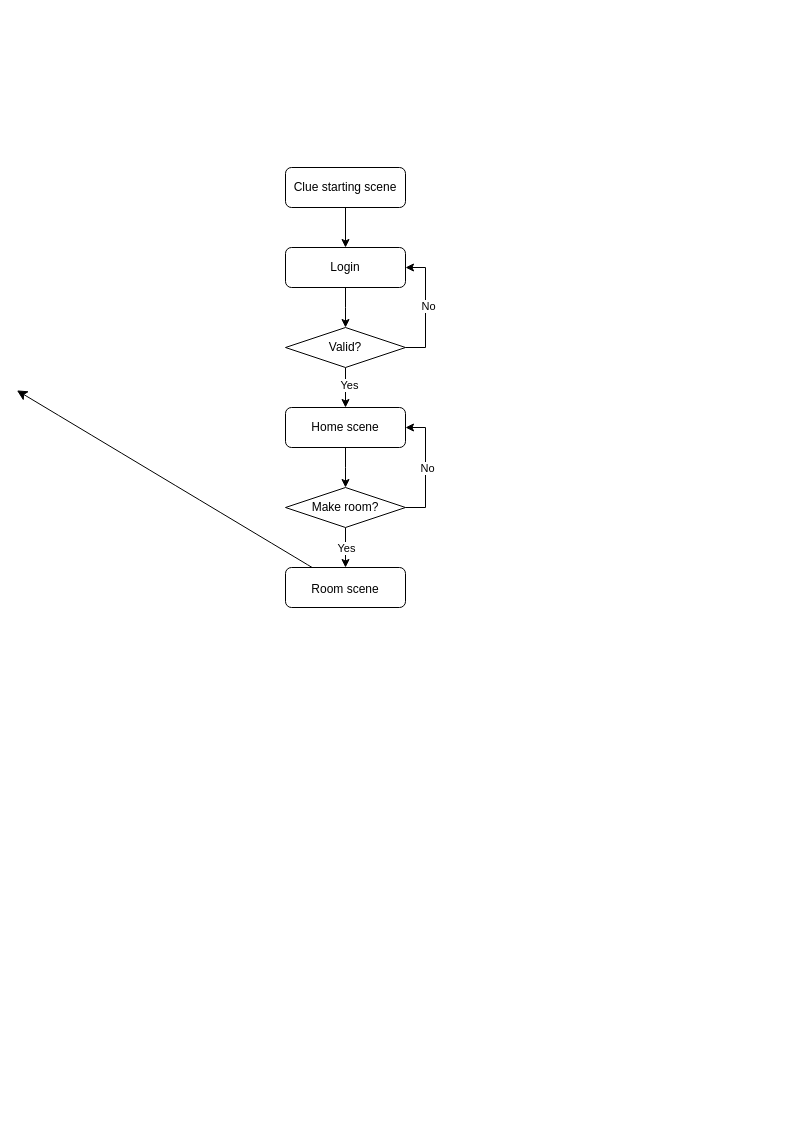
Before: Swift.drawio in kimsunho2000/projectClue, a draw.io diagram. Source tidied: cells renumbered, new cells numbered last; positions are measured from the earlier drawing's top-left corner, leaving out a move shared by most shapes. Both pictures are drawn from the tidied source at 100%, with x=0, y=0 at pixel (16, 167).
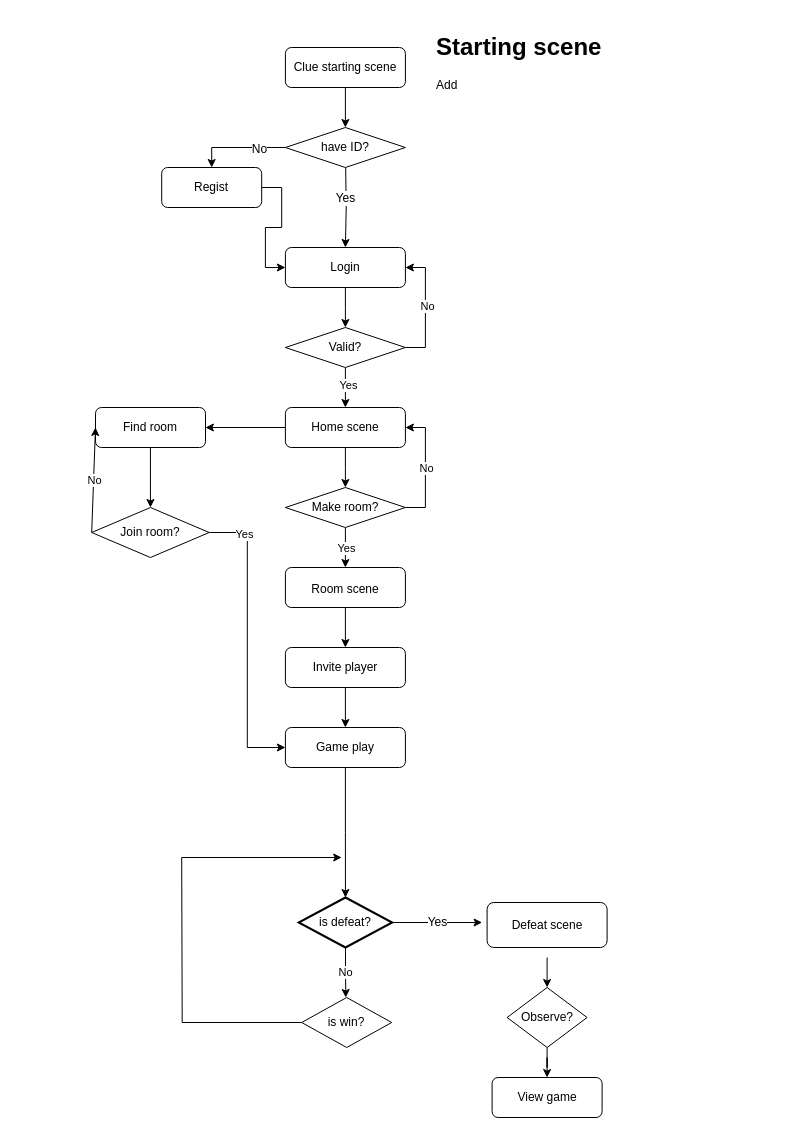
The same page after the edit.

Change to the diagram source:
```diff
@@
-    <mxCell id="2" style="edgeStyle=orthogonalEdgeStyle;rounded=0;jettySize=auto;html=1;exitX=0.5;exitY=1;exitDx=0;exitDy=0;entryX=0.5;entryY=0;entryDx=0;entryDy=0;" parent="1" edge="1" source="3" target="5">
-      <mxGeometry relative="1" as="geometry" />
-    </mxCell>
+    <mxCell id="21" style="edgeStyle=orthogonalEdgeStyle;rounded=0;jettySize=auto;html=1;" parent="1" edge="1" source="3" target="39">
+      <mxGeometry relative="1" as="geometry" />
+    </mxCell>
     <mxCell id="3" value="Clue starting scene" style="rounded=1;whiteSpace=wrap;html=1;fontSize=12;glass=0;strokeWidth=1;shadow=0;" parent="1" vertex="1">
-      <mxGeometry x="269" width="120" height="40" as="geometry" />
+      <mxGeometry x="268.9" y="-120" width="120" height="40" as="geometry" />
     </mxCell>
     <mxCell id="4" style="edgeStyle=orthogonalEdgeStyle;rounded=0;jettySize=auto;html=1;" parent="1" edge="1" source="5">
       <mxGeometry relative="1" as="geometry">
-        <mxPoint x="329" y="160" as="targetPoint" />
+        <mxPoint x="328.9" y="160" as="targetPoint" />
       </mxGeometry>
     </mxCell>
     <mxCell id="5" value="Login" style="rounded=1;whiteSpace=wrap;html=1;" parent="1" vertex="1">
-      <mxGeometry x="269" y="80" width="120" height="40" as="geometry" />
+      <mxGeometry x="268.9" y="80" width="120" height="40" as="geometry" />
     </mxCell>
@@
     <mxCell id="7" style="edgeStyle=orthogonalEdgeStyle;rounded=0;jettySize=auto;html=1;exitX=0.5;exitY=1;exitDx=0;exitDy=0;" parent="1" edge="1" source="8">
       <mxGeometry relative="1" as="geometry">
-        <mxPoint x="329" y="320" as="targetPoint" />
+        <mxPoint x="328.9" y="320" as="targetPoint" />
       </mxGeometry>
     </mxCell>
+    <mxCell id="22" style="edgeStyle=orthogonalEdgeStyle;rounded=0;jettySize=auto;html=1;" parent="1" edge="1" source="8">
+      <mxGeometry relative="1" as="geometry">
+        <mxPoint x="188.9" y="260" as="targetPoint" />
+      </mxGeometry>
+    </mxCell>
     <mxCell id="8" value="Home scene" style="whiteSpace=wrap;html=1;rounded=1;" parent="1" vertex="1">
-      <mxGeometry x="269" y="240" width="120" height="40" as="geometry" />
+      <mxGeometry x="268.9" y="240" width="120" height="40" as="geometry" />
     </mxCell>
     <mxCell id="9" style="edgeStyle=orthogonalEdgeStyle;rounded=0;jettySize=auto;html=1;exitX=0.5;exitY=1;exitDx=0;exitDy=0;entryX=0.5;entryY=0;entryDx=0;entryDy=0;" parent="1" edge="1" source="13" target="8">
       <mxGeometry relative="1" as="geometry">
         <Array as="points">
-          <mxPoint x="329" y="220" />
-          <mxPoint x="329" y="220" />
+          <mxPoint x="328.9" y="220" />
+          <mxPoint x="328.9" y="220" />
         </Array>
       </mxGeometry>
     </mxCell>
@@
     <mxCell id="13" value="Valid?" style="rhombus;whiteSpace=wrap;html=1;" parent="1" vertex="1">
-      <mxGeometry x="269" y="160" width="120" height="40" as="geometry" />
+      <mxGeometry x="268.9" y="160" width="120" height="40" as="geometry" />
     </mxCell>
@@
     <mxCell id="16" style="edgeStyle=orthogonalEdgeStyle;rounded=0;jettySize=auto;html=1;exitX=0.5;exitY=1;exitDx=0;exitDy=0;" parent="1" edge="1" source="18">
       <mxGeometry relative="1" as="geometry">
-        <mxPoint x="329" y="400" as="targetPoint" />
+        <mxPoint x="328.9" y="400" as="targetPoint" />
       </mxGeometry>
     </mxCell>
@@
     <mxCell id="18" value="Make room?" style="rhombus;whiteSpace=wrap;html=1;" parent="1" vertex="1">
-      <mxGeometry x="269" y="320" width="120" height="40" as="geometry" />
+      <mxGeometry x="268.9" y="320" width="120" height="40" as="geometry" />
     </mxCell>
-    <mxCell id="19" style="edgeStyle=none;curved=1;rounded=0;jettySize=auto;html=1;fontSize=12;startSize=8;endSize=8;" parent="1" edge="1" source="20">
-      <mxGeometry relative="1" as="geometry">
-        <mxPoint x="0.4" y="222.9" as="targetPoint" />
-      </mxGeometry>
-    </mxCell>
+    <mxCell id="23" style="edgeStyle=orthogonalEdgeStyle;rounded=0;jettySize=auto;html=1;entryX=0.5;entryY=0;entryDx=0;entryDy=0;" parent="1" edge="1" source="20" target="25">
+      <mxGeometry relative="1" as="geometry" />
+    </mxCell>
     <mxCell id="20" value="&lt;font style=&quot;font-size: 12px;&quot;&gt;Room scene&lt;/font&gt;" style="rounded=1;whiteSpace=wrap;html=1;fontSize=16;" parent="1" vertex="1">
-      <mxGeometry x="269" y="400" width="120" height="40" as="geometry" />
+      <mxGeometry x="268.9" y="400" width="120" height="40" as="geometry" />
     </mxCell>
+    <mxCell id="24" style="edgeStyle=orthogonalEdgeStyle;rounded=0;jettySize=auto;html=1;" parent="1" edge="1" source="25" target="26">
+      <mxGeometry relative="1" as="geometry" />
+    </mxCell>
+    <mxCell id="25" value="Invite player" style="rounded=1;whiteSpace=wrap;html=1;" parent="1" vertex="1">
+      <mxGeometry x="268.9" y="480" width="120" height="40" as="geometry" />
+    </mxCell>
+    <mxCell id="26" value="Game play" style="rounded=1;whiteSpace=wrap;html=1;" parent="1" vertex="1">
+      <mxGeometry x="268.9" y="560" width="120" height="40" as="geometry" />
+    </mxCell>
+    <mxCell id="27" style="edgeStyle=orthogonalEdgeStyle;rounded=0;jettySize=auto;html=1;entryX=0.5;entryY=0;entryDx=0;entryDy=0;" parent="1" edge="1" source="28" target="31">
+      <mxGeometry relative="1" as="geometry" />
+    </mxCell>
+    <mxCell id="28" value="Find room" style="rounded=1;whiteSpace=wrap;html=1;" parent="1" vertex="1">
+      <mxGeometry x="79" y="240" width="110" height="40" as="geometry" />
+    </mxCell>
+    <mxCell id="29" style="edgeStyle=orthogonalEdgeStyle;rounded=0;jettySize=auto;html=1;entryX=0;entryY=0.5;entryDx=0;entryDy=0;" parent="1" edge="1" source="31" target="26">
+      <mxGeometry relative="1" as="geometry" />
+    </mxCell>
+    <mxCell id="30" value="Yes" style="edgeLabel;html=1;align=center;verticalAlign=middle;" parent="29" vertex="1">
+      <mxGeometry x="-0.76" y="-1" relative="1" as="geometry" />
+    </mxCell>
+    <mxCell id="31" value="Join room?" style="rhombus;whiteSpace=wrap;html=1;" parent="1" vertex="1">
+      <mxGeometry x="75.2" y="340" width="117.5" height="50" as="geometry" />
+    </mxCell>
+    <mxCell id="32" style="endArrow=classic;html=1;rounded=0;exitX=0;exitY=0.5;exitDx=0;exitDy=0;entryX=0;entryY=0.5;entryDx=0;entryDy=0;" parent="1" edge="1" source="31" target="28">
+      <mxGeometry relative="1" as="geometry" />
+    </mxCell>
+    <mxCell id="33" value="No" style="edgeLabel;html=1;align=center;verticalAlign=middle;" parent="32" vertex="1">
+      <mxGeometry relative="1" as="geometry" />
+    </mxCell>
+    <mxCell id="34" value="&lt;h1&gt;Starting scene&lt;/h1&gt;&lt;p&gt;Add&amp;nbsp;&lt;/p&gt;" style="text;html=1;strokeColor=none;fillColor=none;spacing=5;spacingTop=-20;whiteSpace=wrap;overflow=hidden;rounded=0;" parent="1" vertex="1">
+      <mxGeometry x="415.2" y="-140" width="360" height="90" as="geometry" />
+    </mxCell>
+    <mxCell id="35" style="edgeStyle=orthogonalEdgeStyle;rounded=0;jettySize=auto;html=1;entryX=0.5;entryY=0;entryDx=0;entryDy=0;" parent="1" edge="1" target="5">
+      <mxGeometry relative="1" as="geometry">
+        <mxPoint x="329.2" as="sourcePoint" />
+      </mxGeometry>
+    </mxCell>
+    <mxCell id="36" value="&lt;font style=&quot;font-size: 12px;&quot;&gt;Yes&lt;/font&gt;" style="edgeLabel;html=1;align=center;verticalAlign=middle;" parent="35" vertex="1">
+      <mxGeometry x="-0.26" y="-1" relative="1" as="geometry" />
+    </mxCell>
+    <mxCell id="37" style="edgeStyle=orthogonalEdgeStyle;rounded=0;jettySize=auto;html=1;entryX=0.5;entryY=0;entryDx=0;entryDy=0;" parent="1" edge="1" source="39" target="41">
+      <mxGeometry relative="1" as="geometry" />
+    </mxCell>
+    <mxCell id="38" value="&lt;font style=&quot;font-size: 12px;&quot;&gt;No&lt;/font&gt;" style="edgeLabel;html=1;align=center;verticalAlign=middle;" parent="37" vertex="1">
+      <mxGeometry x="-0.45" y="1" relative="1" as="geometry" />
+    </mxCell>
+    <mxCell id="39" value="have ID?" style="rhombus;whiteSpace=wrap;html=1;" parent="1" vertex="1">
+      <mxGeometry x="268.9" y="-40" width="120" height="40" as="geometry" />
+    </mxCell>
+    <mxCell id="40" style="edgeStyle=orthogonalEdgeStyle;rounded=0;jettySize=auto;html=1;entryX=0;entryY=0.5;entryDx=0;entryDy=0;" parent="1" edge="1" source="41" target="5">
+      <mxGeometry relative="1" as="geometry" />
+    </mxCell>
+    <mxCell id="41" value="Regist" style="rounded=1;whiteSpace=wrap;html=1;" parent="1" vertex="1">
+      <mxGeometry x="145.2" width="100" height="40" as="geometry" />
+    </mxCell>
+    <mxCell id="42" value="No" style="edgeStyle=orthogonalEdgeStyle;rounded=0;jettySize=auto;html=1;" parent="1" edge="1" source="44">
+      <mxGeometry relative="1" as="geometry">
+        <mxPoint x="329.3" y="830" as="targetPoint" />
+      </mxGeometry>
+    </mxCell>
+    <mxCell id="43" value="&lt;font style=&quot;font-size: 12px;&quot;&gt;Yes&lt;/font&gt;" style="edgeStyle=orthogonalEdgeStyle;rounded=0;jettySize=auto;html=1;entryX=0;entryY=0.5;entryDx=0;entryDy=0;" parent="1" edge="1" source="44">
+      <mxGeometry relative="1" as="geometry">
+        <mxPoint x="465.6" y="755" as="targetPoint" />
+      </mxGeometry>
+    </mxCell>
+    <mxCell id="44" value="is defeat?" style="strokeWidth=2;html=1;shape=mxgraph.flowchart.decision;whiteSpace=wrap;" parent="1" vertex="1">
+      <mxGeometry x="282.2" y="730" width="93.5" height="50" as="geometry" />
+    </mxCell>
+    <mxCell id="45" style="edgeStyle=orthogonalEdgeStyle;rounded=0;jettySize=auto;html=1;entryX=0.5;entryY=0;entryDx=0;entryDy=0;" parent="1" edge="1" target="47">
+      <mxGeometry relative="1" as="geometry">
+        <mxPoint x="530.6" y="790" as="sourcePoint" />
+      </mxGeometry>
+    </mxCell>
+    <mxCell id="46" style="edgeStyle=orthogonalEdgeStyle;rounded=0;jettySize=auto;html=1;entryX=0.5;entryY=0;entryDx=0;entryDy=0;" parent="1" edge="1" source="47" target="48">
+      <mxGeometry relative="1" as="geometry" />
+    </mxCell>
+    <mxCell id="47" value="Observe?" style="rhombus;whiteSpace=wrap;html=1;" parent="1" vertex="1">
+      <mxGeometry x="490.6" y="820" width="80" height="60" as="geometry" />
+    </mxCell>
+    <mxCell id="48" value="View game" style="rounded=1;whiteSpace=wrap;html=1;" parent="1" vertex="1">
+      <mxGeometry x="475.6" y="910" width="110" height="40" as="geometry" />
+    </mxCell>
+    <mxCell id="49" value="Defeat scene" style="rounded=1;whiteSpace=wrap;html=1;" parent="1" vertex="1">
+      <mxGeometry x="470.6" y="735" width="120" height="45" as="geometry" />
+    </mxCell>
+    <mxCell id="50" style="edgeStyle=orthogonalEdgeStyle;rounded=0;jettySize=auto;html=1;entryX=0.5;entryY=0;entryDx=0;entryDy=0;entryPerimeter=0;" parent="1" edge="1" source="26" target="44">
+      <mxGeometry relative="1" as="geometry" />
+    </mxCell>
+    <mxCell id="51" style="edgeStyle=orthogonalEdgeStyle;rounded=0;jettySize=auto;html=1;exitX=0;exitY=0.5;exitDx=0;exitDy=0;endArrow=none;endFill=0;" parent="1" edge="1" source="52">
+      <mxGeometry relative="1" as="geometry">
+        <mxPoint x="165.2" y="690" as="targetPoint" />
+      </mxGeometry>
+    </mxCell>
+    <mxCell id="52" value="is win?" style="rhombus;whiteSpace=wrap;html=1;" parent="1" vertex="1">
+      <mxGeometry x="285.2" y="830" width="90" height="50" as="geometry" />
+    </mxCell>
+    <mxCell id="53" style="endArrow=classic;html=1;rounded=0;" parent="1" edge="1">
+      <mxGeometry relative="1" as="geometry">
+        <mxPoint x="165.2" y="690" as="sourcePoint" />
+        <mxPoint x="325.2" y="690" as="targetPoint" />
+      </mxGeometry>
+    </mxCell>
```
